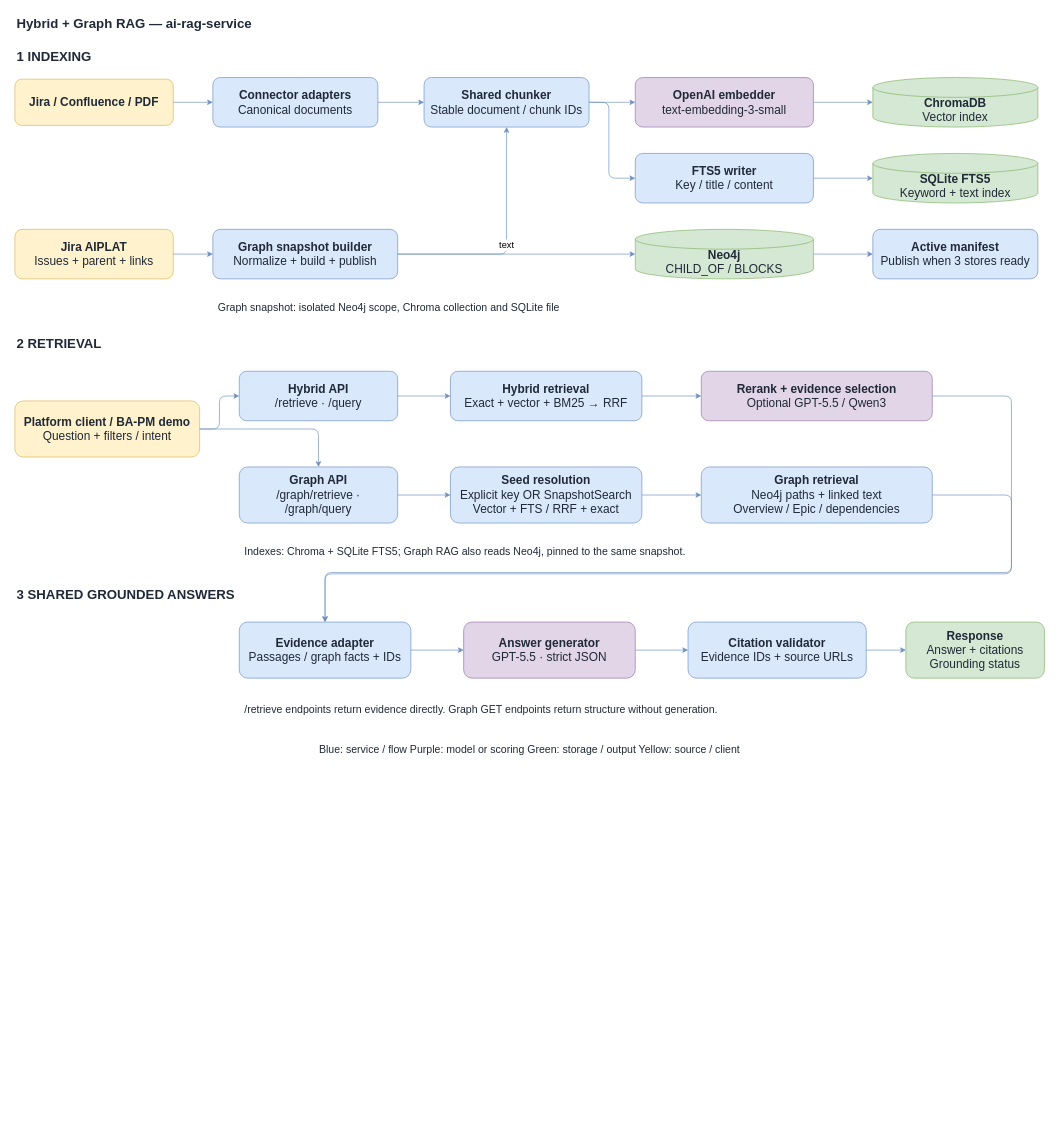
gjnzsu/ai-rag-service keeps this draw.io diagram as docs/superpowers/specs/assets/hybrid-grounded-rag-poc-architecture.drawio. Above is the earlier version. Source tidied: cells renumbered, new cells numbered last; positions are measured from the earlier drawing's top-left corner, leaving out a move shared by most shapes. Both pictures are drawn from the tidied source at 66%, with x=0, y=0 at pixel (11, 11).
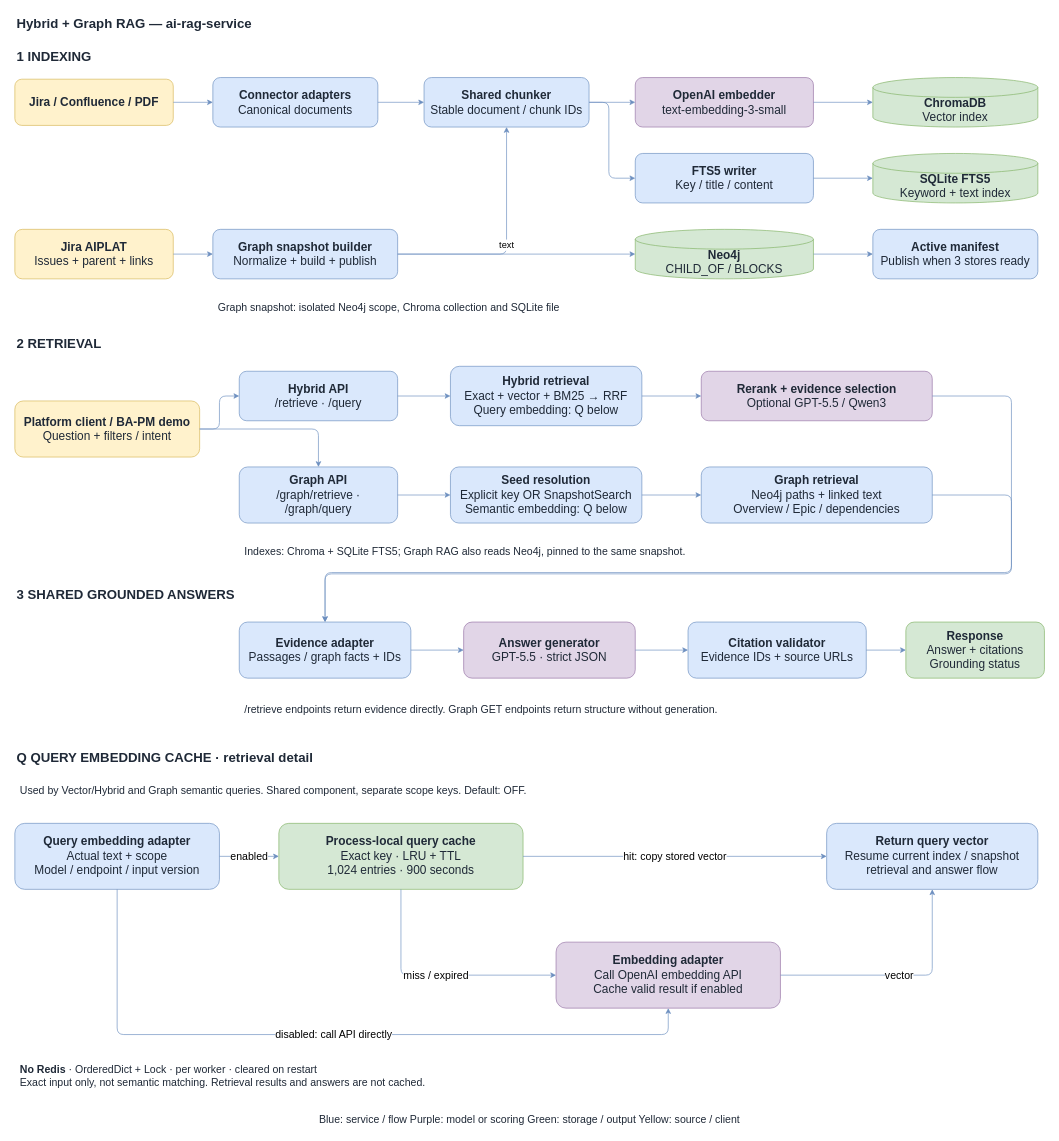
The same diagram, later.

Diff of the diagram source:
```diff
@@
-    <mxCell id="29" value="&lt;b&gt;Hybrid retrieval&lt;/b&gt;&lt;br&gt;Exact + vector + BM25 → RRF" style="rounded=1;whiteSpace=wrap;html=1;fontSize=18;spacing=8;fillColor=#DAE8FC;strokeColor=#6C8EBF;fontColor=#1F2937;" parent="1" vertex="1">
-      <mxGeometry x="665" y="545" width="290" height="75" as="geometry" />
+    <mxCell id="29" value="&lt;b&gt;Hybrid retrieval&lt;/b&gt;&lt;br&gt;Exact + vector + BM25 → RRF&lt;br&gt;Query embedding: Q below" style="rounded=1;whiteSpace=wrap;html=1;fontSize=18;spacing=8;fillColor=#DAE8FC;strokeColor=#6C8EBF;fontColor=#1F2937;" parent="1" vertex="1">
+      <mxGeometry x="665" y="537.5" width="290" height="90" as="geometry" />
     </mxCell>
@@
-    <mxCell id="32" value="&lt;b&gt;Seed resolution&lt;/b&gt;&lt;br&gt;Explicit key OR SnapshotSearch&lt;br&gt;Vector + FTS / RRF + exact" style="rounded=1;whiteSpace=wrap;html=1;fontSize=18;spacing=8;fillColor=#DAE8FC;strokeColor=#6C8EBF;fontColor=#1F2937;" parent="1" vertex="1">
+    <mxCell id="32" value="&lt;b&gt;Seed resolution&lt;/b&gt;&lt;br&gt;Explicit key OR SnapshotSearch&lt;br&gt;Semantic embedding: Q below" style="rounded=1;whiteSpace=wrap;html=1;fontSize=18;spacing=8;fillColor=#DAE8FC;strokeColor=#6C8EBF;fontColor=#1F2937;" parent="1" vertex="1">
       <mxGeometry x="665" y="690" width="290" height="85" as="geometry" />
     </mxCell>
@@
     <mxCell id="52" value="Blue: service / flow    Purple: model or scoring    Green: storage / output    Yellow: source / client" style="rounded=1;whiteSpace=wrap;html=1;fontSize=18;spacing=8;fillColor=#DAE8FC;strokeColor=#6C8EBF;fontColor=#1F2937;fillColor=none;strokeColor=none;fontSize=16;" parent="1" vertex="1">
-      <mxGeometry x="5" y="1100" width="1560" height="35" as="geometry" />
+      <mxGeometry x="5" y="1660" width="1560" height="35" as="geometry" />
     </mxCell>
+    <mxCell id="53" value="Q  QUERY EMBEDDING CACHE · retrieval detail" style="rounded=1;whiteSpace=wrap;html=1;fontSize=18;spacing=8;fontColor=#1F2937;fillColor=none;strokeColor=none;align=left;fontStyle=1;fontSize=20;" parent="1" vertex="1">
+      <mxGeometry y="1110" width="1570" height="40" as="geometry" />
+    </mxCell>
+    <mxCell id="54" value="Used by Vector/Hybrid and Graph semantic queries. Shared component, separate scope keys. Default: OFF." style="rounded=1;whiteSpace=wrap;html=1;fontSize=18;spacing=8;fontColor=#1F2937;fillColor=none;strokeColor=none;align=left;fontSize=16;" parent="1" vertex="1">
+      <mxGeometry x="5" y="1160" width="1550" height="40" as="geometry" />
+    </mxCell>
+    <mxCell id="55" value="&lt;b&gt;Query embedding adapter&lt;/b&gt;&lt;br&gt;Actual text + scope&lt;br&gt;Model / endpoint / input version" style="rounded=1;whiteSpace=wrap;html=1;fontSize=18;spacing=8;fontColor=#1F2937;fillColor=#DAE8FC;strokeColor=#6C8EBF;" parent="1" vertex="1">
+      <mxGeometry x="5" y="1230" width="310" height="100" as="geometry" />
+    </mxCell>
+    <mxCell id="56" value="&lt;b&gt;Process-local query cache&lt;/b&gt;&lt;br&gt;Exact key · LRU + TTL&lt;br&gt;1,024 entries · 900 seconds" style="rounded=1;whiteSpace=wrap;html=1;fontSize=18;spacing=8;fontColor=#1F2937;fillColor=#D5E8D4;strokeColor=#82B366;" parent="1" vertex="1">
+      <mxGeometry x="405" y="1230" width="370" height="100" as="geometry" />
+    </mxCell>
+    <mxCell id="57" value="&lt;b&gt;Return query vector&lt;/b&gt;&lt;br&gt;Resume current index / snapshot&lt;br&gt;retrieval and answer flow" style="rounded=1;whiteSpace=wrap;html=1;fontSize=18;spacing=8;fontColor=#1F2937;fillColor=#DAE8FC;strokeColor=#6C8EBF;" parent="1" vertex="1">
+      <mxGeometry x="1235" y="1230" width="320" height="100" as="geometry" />
+    </mxCell>
+    <mxCell id="58" value="&lt;b&gt;Embedding adapter&lt;/b&gt;&lt;br&gt;Call OpenAI embedding API&lt;br&gt;Cache valid result if enabled" style="rounded=1;whiteSpace=wrap;html=1;fontSize=18;spacing=8;fontColor=#1F2937;fillColor=#E1D5E7;strokeColor=#9673A6;" parent="1" vertex="1">
+      <mxGeometry x="825" y="1410" width="340" height="100" as="geometry" />
+    </mxCell>
+    <mxCell id="59" value="enabled" style="edgeStyle=orthogonalEdgeStyle;rounded=1;html=1;strokeColor=#6C8EBF;endArrow=classic;fontSize=16;labelBackgroundColor=#FFFFFF;exitX=1;exitY=0.5;entryX=0;entryY=0.5;" parent="1" edge="1" source="55" target="56">
+      <mxGeometry relative="1" as="geometry" />
+    </mxCell>
+    <mxCell id="60" value="hit: copy stored vector" style="edgeStyle=orthogonalEdgeStyle;rounded=1;html=1;strokeColor=#6C8EBF;endArrow=classic;fontSize=16;labelBackgroundColor=#FFFFFF;exitX=1;exitY=0.5;entryX=0;entryY=0.5;" parent="1" edge="1" source="56" target="57">
+      <mxGeometry relative="1" as="geometry" />
+    </mxCell>
+    <mxCell id="61" value="miss / expired" style="edgeStyle=orthogonalEdgeStyle;rounded=1;html=1;strokeColor=#6C8EBF;endArrow=classic;fontSize=16;labelBackgroundColor=#FFFFFF;exitX=0.5;exitY=1;entryX=0;entryY=0.5;" parent="1" edge="1" source="56" target="58">
+      <mxGeometry relative="1" as="geometry">
+        <Array as="points">
+          <mxPoint x="590" y="1460" />
+        </Array>
+      </mxGeometry>
+    </mxCell>
+    <mxCell id="62" value="vector" style="edgeStyle=orthogonalEdgeStyle;rounded=1;html=1;strokeColor=#6C8EBF;endArrow=classic;fontSize=16;labelBackgroundColor=#FFFFFF;exitX=1;exitY=0.5;entryX=0.5;entryY=1;" parent="1" edge="1" source="58" target="57">
+      <mxGeometry relative="1" as="geometry">
+        <Array as="points">
+          <mxPoint x="1395" y="1460" />
+        </Array>
+      </mxGeometry>
+    </mxCell>
+    <mxCell id="63" value="disabled: call API directly" style="edgeStyle=orthogonalEdgeStyle;rounded=1;html=1;strokeColor=#6C8EBF;endArrow=classic;fontSize=16;labelBackgroundColor=#FFFFFF;exitX=0.5;exitY=1;entryX=0.5;entryY=1;" parent="1" edge="1" source="55" target="58">
+      <mxGeometry relative="1" as="geometry">
+        <Array as="points">
+          <mxPoint x="160" y="1550" />
+          <mxPoint x="995" y="1550" />
+        </Array>
+      </mxGeometry>
+    </mxCell>
+    <mxCell id="64" value="&lt;b&gt;No Redis&lt;/b&gt; · OrderedDict + Lock · per worker · cleared on restart&lt;br&gt;Exact input only, not semantic matching. Retrieval results and answers are not cached." style="rounded=1;whiteSpace=wrap;html=1;fontSize=18;spacing=8;fontColor=#1F2937;fillColor=none;strokeColor=none;align=left;fontSize=16;" parent="1" vertex="1">
+      <mxGeometry x="5" y="1580" width="1550" height="65" as="geometry" />
+    </mxCell>
```
